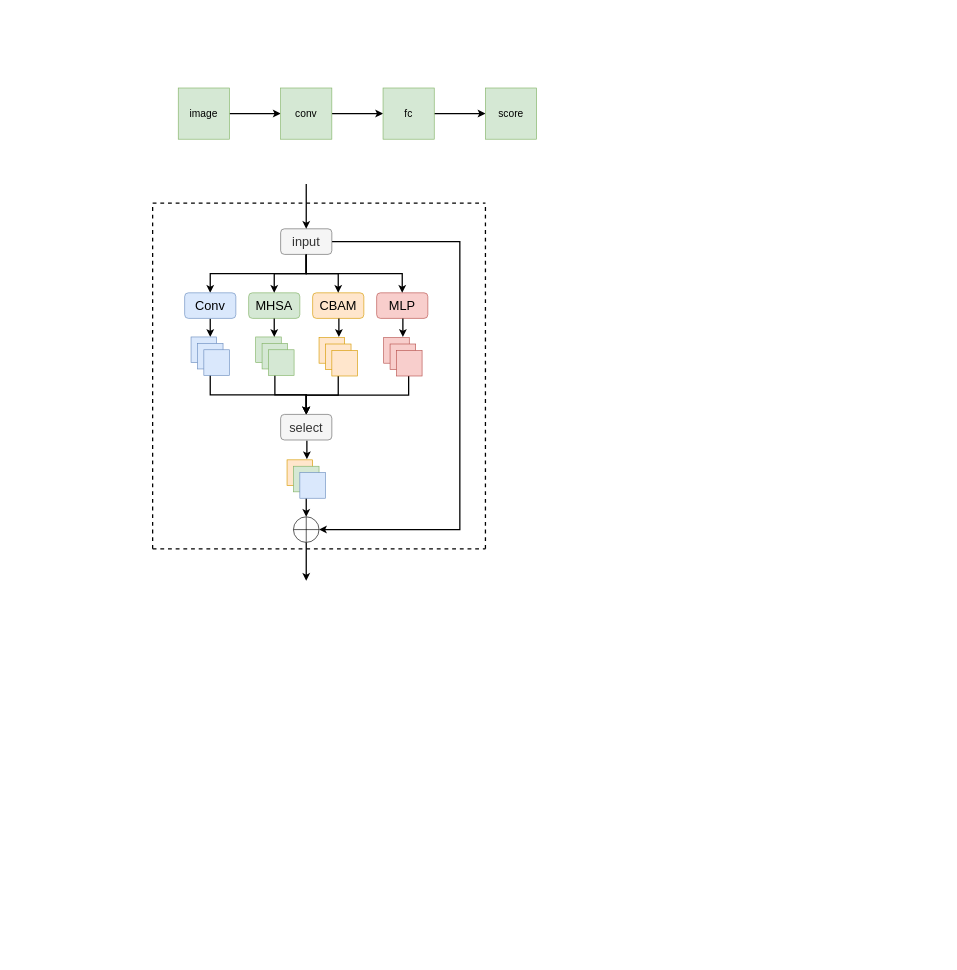
Earlier version of the draw.io diagram model.drawio (Airsku/drawio). Source tidied: cells renumbered, new cells numbered last; positions are measured from the earlier drawing's top-left corner, leaving out a move shared by most shapes. Both pictures are drawn from the tidied source at 64%, with x=0, y=0 at pixel (152, 88).
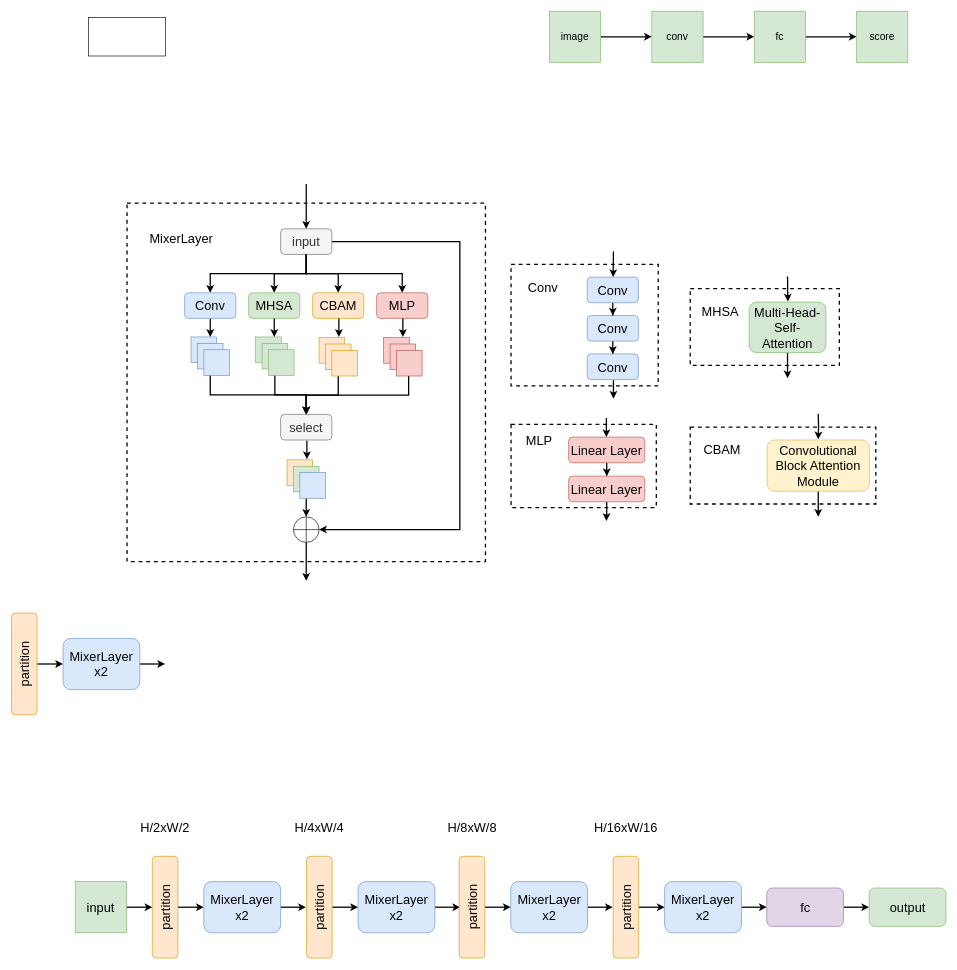
Above is the later version.

Change to the diagram source:
```diff
@@
+    <mxCell id="57" style="rounded=0;whiteSpace=wrap;html=1;strokeWidth=2;dashed=1;" parent="1" vertex="1">
+      <mxGeometry x="840" y="530" width="290" height="120" as="geometry" />
+    </mxCell>
+    <mxCell id="58" style="rounded=0;whiteSpace=wrap;html=1;strokeWidth=2;dashed=1;" parent="1" vertex="1">
+      <mxGeometry x="840" y="313.5" width="233" height="120" as="geometry" />
+    </mxCell>
+    <mxCell id="59" style="rounded=0;whiteSpace=wrap;html=1;strokeWidth=2;dashed=1;" parent="1" vertex="1">
+      <mxGeometry x="560" y="525.5" width="227" height="130" as="geometry" />
+    </mxCell>
+    <mxCell id="60" style="rounded=0;whiteSpace=wrap;html=1;strokeWidth=2;dashed=1;" parent="1" vertex="1">
+      <mxGeometry x="-40" y="180" width="560" height="560" as="geometry" />
+    </mxCell>
+    <mxCell id="61" style="rounded=0;whiteSpace=wrap;html=1;strokeWidth=2;dashed=1;align=left;" parent="1" vertex="1">
+      <mxGeometry x="560" y="275.5" width="230" height="190" as="geometry" />
+    </mxCell>
@@
     <mxCell id="3" value="&lt;font style=&quot;font-size: 16px;&quot;&gt;image&lt;/font&gt;" style="whiteSpace=wrap;html=1;fillColor=#d5e8d4;strokeColor=#82b366;" parent="1" vertex="1">
-      <mxGeometry x="40" width="80" height="80" as="geometry" />
+      <mxGeometry x="620" y="-120" width="80" height="80" as="geometry" />
     </mxCell>
@@
     <mxCell id="5" value="&lt;font style=&quot;font-size: 16px;&quot;&gt;conv&lt;/font&gt;" style="whiteSpace=wrap;html=1;fillColor=#d5e8d4;strokeColor=#82b366;" parent="1" vertex="1">
-      <mxGeometry x="200" width="80" height="80" as="geometry" />
+      <mxGeometry x="780" y="-120" width="80" height="80" as="geometry" />
     </mxCell>
@@
     <mxCell id="7" value="&lt;font style=&quot;font-size: 16px;&quot;&gt;fc&lt;/font&gt;" style="whiteSpace=wrap;html=1;fillColor=#d5e8d4;strokeColor=#82b366;" parent="1" vertex="1">
-      <mxGeometry x="360" width="80" height="80" as="geometry" />
+      <mxGeometry x="940" y="-120" width="80" height="80" as="geometry" />
     </mxCell>
     <mxCell id="8" value="&lt;font style=&quot;font-size: 16px;&quot;&gt;score&lt;/font&gt;" style="whiteSpace=wrap;html=1;fillColor=#d5e8d4;strokeColor=#82b366;" parent="1" vertex="1">
-      <mxGeometry x="520" width="80" height="80" as="geometry" />
+      <mxGeometry x="1100" y="-120" width="80" height="80" as="geometry" />
     </mxCell>
@@
-    <mxCell id="53" style="endArrow=none;dashed=1;html=1;rounded=0;strokeWidth=2;" parent="1" edge="1">
-      <mxGeometry relative="1" as="geometry">
-        <mxPoint y="720" as="sourcePoint" />
-        <mxPoint x="520" y="720" as="targetPoint" />
-      </mxGeometry>
-    </mxCell>
-    <mxCell id="54" style="endArrow=none;dashed=1;html=1;rounded=0;strokeWidth=2;" parent="1" edge="1">
-      <mxGeometry relative="1" as="geometry">
-        <mxPoint x="520" y="720" as="sourcePoint" />
-        <mxPoint x="520" y="180" as="targetPoint" />
-      </mxGeometry>
-    </mxCell>
-    <mxCell id="55" style="endArrow=none;dashed=1;html=1;rounded=0;strokeWidth=2;" parent="1" edge="1">
-      <mxGeometry relative="1" as="geometry">
-        <mxPoint y="720" as="sourcePoint" />
-        <mxPoint y="180" as="targetPoint" />
-      </mxGeometry>
-    </mxCell>
-    <mxCell id="56" style="endArrow=none;dashed=1;html=1;rounded=0;strokeWidth=2;" parent="1" edge="1">
-      <mxGeometry relative="1" as="geometry">
-        <mxPoint y="180" as="sourcePoint" />
-        <mxPoint x="520" y="180" as="targetPoint" />
-      </mxGeometry>
-    </mxCell>
+    <mxCell id="62" style="edgeStyle=orthogonalEdgeStyle;rounded=0;jettySize=auto;html=1;strokeWidth=2;" parent="1" edge="1" source="63" target="66">
+      <mxGeometry relative="1" as="geometry" />
+    </mxCell>
+    <mxCell id="63" value="Conv" style="rounded=1;whiteSpace=wrap;html=1;fontSize=20;fillColor=#dae8fc;strokeColor=#6c8ebf;" parent="1" vertex="1">
+      <mxGeometry x="679" y="355.5" width="80" height="40" as="geometry" />
+    </mxCell>
+    <mxCell id="64" style="edgeStyle=orthogonalEdgeStyle;rounded=0;jettySize=auto;html=1;entryX=0.5;entryY=0;entryDx=0;entryDy=0;strokeWidth=2;" parent="1" edge="1" source="65" target="63">
+      <mxGeometry relative="1" as="geometry" />
+    </mxCell>
+    <mxCell id="65" value="Conv" style="rounded=1;whiteSpace=wrap;html=1;fontSize=20;fillColor=#dae8fc;strokeColor=#6c8ebf;" parent="1" vertex="1">
+      <mxGeometry x="679" y="295.5" width="80" height="40" as="geometry" />
+    </mxCell>
+    <mxCell id="66" value="Conv" style="rounded=1;whiteSpace=wrap;html=1;fontSize=20;fillColor=#dae8fc;strokeColor=#6c8ebf;" parent="1" vertex="1">
+      <mxGeometry x="679" y="415.5" width="80" height="40" as="geometry" />
+    </mxCell>
+    <mxCell id="67" style="endArrow=classic;html=1;rounded=0;strokeWidth=2;" parent="1" edge="1">
+      <mxGeometry relative="1" as="geometry">
+        <mxPoint x="720" y="255.5" as="sourcePoint" />
+        <mxPoint x="719.5" y="295.5" as="targetPoint" />
+      </mxGeometry>
+    </mxCell>
+    <mxCell id="68" value="&lt;font style=&quot;font-size: 20px;&quot;&gt;Conv&lt;/font&gt;" style="text;html=1;align=center;verticalAlign=middle;whiteSpace=wrap;rounded=0;" parent="1" vertex="1">
+      <mxGeometry x="580" y="295.5" width="60" height="30" as="geometry" />
+    </mxCell>
+    <mxCell id="69" style="edgeStyle=orthogonalEdgeStyle;rounded=0;jettySize=auto;html=1;entryX=0.5;entryY=0;entryDx=0;entryDy=0;strokeWidth=2;" parent="1" edge="1" source="70" target="72">
+      <mxGeometry relative="1" as="geometry" />
+    </mxCell>
+    <mxCell id="70" value="Linear Layer" style="rounded=1;whiteSpace=wrap;html=1;fontSize=20;fillColor=#f8cecc;strokeColor=#b85450;" parent="1" vertex="1">
+      <mxGeometry x="650" y="545.5" width="119" height="40" as="geometry" />
+    </mxCell>
+    <mxCell id="71" style="edgeStyle=orthogonalEdgeStyle;rounded=0;jettySize=auto;html=1;strokeWidth=2;" parent="1" edge="1" source="72">
+      <mxGeometry relative="1" as="geometry">
+        <mxPoint x="709" y="676.5" as="targetPoint" />
+      </mxGeometry>
+    </mxCell>
+    <mxCell id="72" value="Linear Layer" style="rounded=1;whiteSpace=wrap;html=1;fontSize=20;fillColor=#f8cecc;strokeColor=#b85450;" parent="1" vertex="1">
+      <mxGeometry x="650" y="606.5" width="119" height="40" as="geometry" />
+    </mxCell>
+    <mxCell id="73" style="edgeStyle=orthogonalEdgeStyle;rounded=0;orthogonalLoop=1;jettySize=auto;html=1;strokeWidth=2;" parent="1" edge="1">
+      <mxGeometry relative="1" as="geometry">
+        <mxPoint x="709" y="515.5" as="sourcePoint" />
+        <mxPoint x="709" y="545.5" as="targetPoint" />
+      </mxGeometry>
+    </mxCell>
+    <mxCell id="74" value="&lt;font style=&quot;font-size: 20px;&quot;&gt;MLP&lt;/font&gt;" style="text;html=1;align=center;verticalAlign=middle;whiteSpace=wrap;rounded=0;" parent="1" vertex="1">
+      <mxGeometry x="573.5" y="535.5" width="60" height="30" as="geometry" />
+    </mxCell>
+    <mxCell id="75" style="endArrow=classic;html=1;rounded=0;strokeWidth=2;" parent="1" edge="1">
+      <mxGeometry relative="1" as="geometry">
+        <mxPoint x="720" y="456.5" as="sourcePoint" />
+        <mxPoint x="720" y="485.5" as="targetPoint" />
+      </mxGeometry>
+    </mxCell>
+    <mxCell id="76" style="edgeStyle=orthogonalEdgeStyle;rounded=0;jettySize=auto;html=1;exitX=0.5;exitY=1;exitDx=0;exitDy=0;" parent="1" edge="1" source="78">
+      <mxGeometry relative="1" as="geometry">
+        <mxPoint x="991.9" y="393.5" as="targetPoint" />
+      </mxGeometry>
+    </mxCell>
+    <mxCell id="77" style="edgeStyle=orthogonalEdgeStyle;rounded=0;jettySize=auto;html=1;strokeWidth=2;" parent="1" edge="1" source="78">
+      <mxGeometry relative="1" as="geometry">
+        <mxPoint x="992" y="453.5" as="targetPoint" />
+      </mxGeometry>
+    </mxCell>
+    <mxCell id="78" value="Multi-Head-Self-Attention" style="rounded=1;whiteSpace=wrap;html=1;fontSize=20;fillColor=#d5e8d4;strokeColor=#82b366;" parent="1" vertex="1">
+      <mxGeometry x="932" y="334.5" width="120" height="79" as="geometry" />
+    </mxCell>
+    <mxCell id="79" style="edgeStyle=orthogonalEdgeStyle;rounded=0;orthogonalLoop=1;jettySize=auto;html=1;strokeWidth=2;" parent="1" edge="1">
+      <mxGeometry relative="1" as="geometry">
+        <mxPoint x="992" y="294.5" as="sourcePoint" />
+        <mxPoint x="992.5" y="333.5" as="targetPoint" />
+      </mxGeometry>
+    </mxCell>
+    <mxCell id="80" value="&lt;font style=&quot;font-size: 20px;&quot;&gt;MHSA&lt;/font&gt;" style="text;html=1;align=center;verticalAlign=middle;whiteSpace=wrap;rounded=0;" parent="1" vertex="1">
+      <mxGeometry x="856.5" y="333.5" width="60" height="30" as="geometry" />
+    </mxCell>
+    <mxCell id="81" style="edgeStyle=orthogonalEdgeStyle;rounded=0;jettySize=auto;html=1;strokeWidth=2;" parent="1" edge="1" source="82">
+      <mxGeometry relative="1" as="geometry">
+        <mxPoint x="1040" y="670" as="targetPoint" />
+      </mxGeometry>
+    </mxCell>
+    <mxCell id="82" value="Convolutional Block Attention Module" style="rounded=1;whiteSpace=wrap;html=1;fontSize=20;fillColor=#fff2cc;strokeColor=#d6b656;" parent="1" vertex="1">
+      <mxGeometry x="960" y="550" width="160" height="80" as="geometry" />
+    </mxCell>
+    <mxCell id="83" style="edgeStyle=orthogonalEdgeStyle;rounded=0;orthogonalLoop=1;jettySize=auto;html=1;strokeWidth=2;" parent="1" edge="1">
+      <mxGeometry relative="1" as="geometry">
+        <mxPoint x="1040" y="509" as="sourcePoint" />
+        <mxPoint x="1040" y="549" as="targetPoint" />
+      </mxGeometry>
+    </mxCell>
+    <mxCell id="84" value="&lt;font style=&quot;font-size: 20px;&quot;&gt;CBAM&lt;/font&gt;" style="text;html=1;align=center;verticalAlign=middle;whiteSpace=wrap;rounded=0;" parent="1" vertex="1">
+      <mxGeometry x="860" y="550" width="60" height="30" as="geometry" />
+    </mxCell>
+    <mxCell id="85" value="MixerLayer" style="text;html=1;align=center;verticalAlign=middle;whiteSpace=wrap;rounded=0;fontSize=20;" parent="1" vertex="1">
+      <mxGeometry x="-20" y="220" width="130" height="30" as="geometry" />
+    </mxCell>
+    <mxCell id="86" style="rounded=0;whiteSpace=wrap;html=1;" parent="1" vertex="1">
+      <mxGeometry x="-100" y="-110" width="120" height="60" as="geometry" />
+    </mxCell>
+    <mxCell id="87" style="edgeStyle=orthogonalEdgeStyle;rounded=0;jettySize=auto;html=1;entryX=0.5;entryY=0;entryDx=0;entryDy=0;strokeWidth=2;" parent="1" edge="1" source="88" target="90">
+      <mxGeometry relative="1" as="geometry" />
+    </mxCell>
+    <mxCell id="88" value="input" style="whiteSpace=wrap;html=1;fillColor=#d5e8d4;strokeColor=#82b366;fontSize=20;" parent="1" vertex="1">
+      <mxGeometry x="-121" y="1240" width="80" height="80" as="geometry" />
+    </mxCell>
+    <mxCell id="89" style="edgeStyle=orthogonalEdgeStyle;rounded=0;jettySize=auto;html=1;entryX=0;entryY=0.5;entryDx=0;entryDy=0;strokeWidth=2;" parent="1" edge="1" source="90" target="92">
+      <mxGeometry relative="1" as="geometry" />
+    </mxCell>
+    <mxCell id="90" value="partition" style="rounded=1;whiteSpace=wrap;html=1;fontSize=20;rotation=-90;fillColor=#ffe6cc;strokeColor=#d79b00;" parent="1" vertex="1">
+      <mxGeometry x="-60" y="1260" width="159" height="40" as="geometry" />
+    </mxCell>
+    <mxCell id="91" style="edgeStyle=orthogonalEdgeStyle;rounded=0;jettySize=auto;html=1;entryX=0.5;entryY=0;entryDx=0;entryDy=0;strokeWidth=2;" parent="1" edge="1" source="92">
+      <mxGeometry relative="1" as="geometry">
+        <mxPoint x="239.5" y="1280" as="targetPoint" />
+      </mxGeometry>
+    </mxCell>
+    <mxCell id="92" value="MixerLayer&lt;div&gt;x2&lt;/div&gt;" style="rounded=1;whiteSpace=wrap;html=1;fontSize=20;fillColor=#dae8fc;strokeColor=#6c8ebf;" parent="1" vertex="1">
+      <mxGeometry x="80" y="1240" width="120" height="80" as="geometry" />
+    </mxCell>
+    <mxCell id="93" style="edgeStyle=orthogonalEdgeStyle;rounded=0;jettySize=auto;html=1;entryX=0;entryY=0.5;entryDx=0;entryDy=0;strokeWidth=2;" parent="1" edge="1" source="94" target="96">
+      <mxGeometry relative="1" as="geometry" />
+    </mxCell>
+    <mxCell id="94" value="partition" style="rounded=1;whiteSpace=wrap;html=1;fontSize=20;rotation=-90;fillColor=#ffe6cc;strokeColor=#d79b00;" parent="1" vertex="1">
+      <mxGeometry x="-280" y="880" width="159" height="40" as="geometry" />
+    </mxCell>
+    <mxCell id="95" style="edgeStyle=orthogonalEdgeStyle;rounded=0;jettySize=auto;html=1;entryX=0.5;entryY=0;entryDx=0;entryDy=0;strokeWidth=2;" parent="1" edge="1" source="96">
+      <mxGeometry relative="1" as="geometry">
+        <mxPoint x="19.5" y="900" as="targetPoint" />
+      </mxGeometry>
+    </mxCell>
+    <mxCell id="96" value="MixerLayer&lt;div&gt;x2&lt;/div&gt;" style="rounded=1;whiteSpace=wrap;html=1;fontSize=20;fillColor=#dae8fc;strokeColor=#6c8ebf;" parent="1" vertex="1">
+      <mxGeometry x="-140" y="860" width="120" height="80" as="geometry" />
+    </mxCell>
+    <mxCell id="97" style="edgeStyle=orthogonalEdgeStyle;rounded=0;jettySize=auto;html=1;entryX=0;entryY=0.5;entryDx=0;entryDy=0;strokeWidth=2;" parent="1" edge="1" source="98" target="100">
+      <mxGeometry relative="1" as="geometry" />
+    </mxCell>
+    <mxCell id="98" value="partition" style="rounded=1;whiteSpace=wrap;html=1;fontSize=20;rotation=-90;fillColor=#ffe6cc;strokeColor=#d79b00;" parent="1" vertex="1">
+      <mxGeometry x="181" y="1260" width="159" height="40" as="geometry" />
+    </mxCell>
+    <mxCell id="99" style="edgeStyle=orthogonalEdgeStyle;rounded=0;jettySize=auto;html=1;entryX=0.5;entryY=0;entryDx=0;entryDy=0;strokeWidth=2;" parent="1" edge="1" source="100">
+      <mxGeometry relative="1" as="geometry">
+        <mxPoint x="480.5" y="1280" as="targetPoint" />
+      </mxGeometry>
+    </mxCell>
+    <mxCell id="100" value="MixerLayer&lt;div&gt;x2&lt;/div&gt;" style="rounded=1;whiteSpace=wrap;html=1;fontSize=20;fillColor=#dae8fc;strokeColor=#6c8ebf;" parent="1" vertex="1">
+      <mxGeometry x="321" y="1240" width="120" height="80" as="geometry" />
+    </mxCell>
+    <mxCell id="101" style="edgeStyle=orthogonalEdgeStyle;rounded=0;jettySize=auto;html=1;entryX=0;entryY=0.5;entryDx=0;entryDy=0;strokeWidth=2;" parent="1" edge="1" source="102" target="104">
+      <mxGeometry relative="1" as="geometry" />
+    </mxCell>
+    <mxCell id="102" value="partition" style="rounded=1;whiteSpace=wrap;html=1;fontSize=20;rotation=-90;fillColor=#ffe6cc;strokeColor=#d79b00;" parent="1" vertex="1">
+      <mxGeometry x="419.5" y="1260" width="159" height="40" as="geometry" />
+    </mxCell>
+    <mxCell id="103" style="edgeStyle=orthogonalEdgeStyle;rounded=0;jettySize=auto;html=1;entryX=0.5;entryY=0;entryDx=0;entryDy=0;strokeWidth=2;" parent="1" edge="1" source="104">
+      <mxGeometry relative="1" as="geometry">
+        <mxPoint x="719" y="1280" as="targetPoint" />
+      </mxGeometry>
+    </mxCell>
+    <mxCell id="104" value="MixerLayer&lt;div&gt;x2&lt;/div&gt;" style="rounded=1;whiteSpace=wrap;html=1;fontSize=20;fillColor=#dae8fc;strokeColor=#6c8ebf;" parent="1" vertex="1">
+      <mxGeometry x="559.5" y="1240" width="120" height="80" as="geometry" />
+    </mxCell>
+    <mxCell id="105" style="edgeStyle=orthogonalEdgeStyle;rounded=0;jettySize=auto;html=1;entryX=0;entryY=0.5;entryDx=0;entryDy=0;strokeWidth=2;" parent="1" edge="1" source="106" target="108">
+      <mxGeometry relative="1" as="geometry" />
+    </mxCell>
+    <mxCell id="106" value="partition" style="rounded=1;whiteSpace=wrap;html=1;fontSize=20;rotation=-90;fillColor=#ffe6cc;strokeColor=#d79b00;" parent="1" vertex="1">
+      <mxGeometry x="660" y="1260" width="159" height="40" as="geometry" />
+    </mxCell>
+    <mxCell id="107" style="edgeStyle=orthogonalEdgeStyle;rounded=0;jettySize=auto;html=1;entryX=0.5;entryY=0;entryDx=0;entryDy=0;strokeWidth=2;" parent="1" edge="1" source="108">
+      <mxGeometry relative="1" as="geometry">
+        <mxPoint x="959.5" y="1280" as="targetPoint" />
+      </mxGeometry>
+    </mxCell>
+    <mxCell id="108" value="MixerLayer&lt;div&gt;x2&lt;/div&gt;" style="rounded=1;whiteSpace=wrap;html=1;fontSize=20;fillColor=#dae8fc;strokeColor=#6c8ebf;" parent="1" vertex="1">
+      <mxGeometry x="800" y="1240" width="120" height="80" as="geometry" />
+    </mxCell>
+    <mxCell id="109" style="edgeStyle=orthogonalEdgeStyle;rounded=0;jettySize=auto;html=1;entryX=0;entryY=0.5;entryDx=0;entryDy=0;strokeWidth=2;" parent="1" edge="1" source="110" target="111">
+      <mxGeometry relative="1" as="geometry" />
+    </mxCell>
+    <mxCell id="110" value="fc" style="rounded=1;whiteSpace=wrap;html=1;strokeWidth=1;fontSize=20;fillColor=#e1d5e7;strokeColor=#9673a6;" parent="1" vertex="1">
+      <mxGeometry x="959.5" y="1250" width="120" height="60" as="geometry" />
+    </mxCell>
+    <mxCell id="111" value="output" style="rounded=1;whiteSpace=wrap;html=1;fontSize=20;fillColor=#d5e8d4;strokeColor=#82b366;" parent="1" vertex="1">
+      <mxGeometry x="1119.5" y="1250" width="120" height="60" as="geometry" />
+    </mxCell>
+    <mxCell id="112" value="H/2xW/2" style="text;html=1;align=center;verticalAlign=middle;whiteSpace=wrap;rounded=0;fontSize=20;" parent="1" vertex="1">
+      <mxGeometry x="-25.8" y="1140" width="90.5" height="30" as="geometry" />
+    </mxCell>
+    <mxCell id="113" value="H/4xW/4" style="text;html=1;align=center;verticalAlign=middle;whiteSpace=wrap;rounded=0;fontSize=20;" parent="1" vertex="1">
+      <mxGeometry x="215.2" y="1140" width="90.5" height="30" as="geometry" />
+    </mxCell>
+    <mxCell id="114" value="H/8xW/8" style="text;html=1;align=center;verticalAlign=middle;whiteSpace=wrap;rounded=0;fontSize=20;" parent="1" vertex="1">
+      <mxGeometry x="453.8" y="1140" width="90.5" height="30" as="geometry" />
+    </mxCell>
+    <mxCell id="115" value="H/16xW/16" style="text;html=1;align=center;verticalAlign=middle;whiteSpace=wrap;rounded=0;fontSize=20;" parent="1" vertex="1">
+      <mxGeometry x="694.2" y="1140" width="90.5" height="30" as="geometry" />
+    </mxCell>
```
